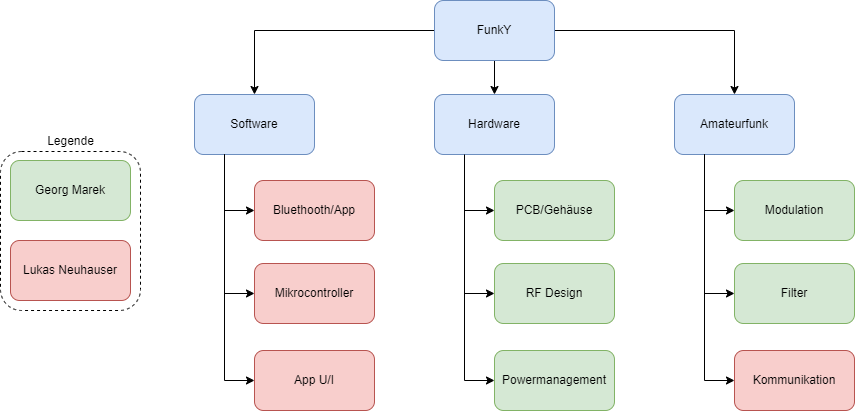
Before: doc/img/Projectstructure.png, a diagram exported from draw.io (Marek128b/HAM-Radio-transceiver-DA). Source tidied: cells renumbered, new cells last; positions are measured from the earlier drawing's top-left corner, leaving out a move shared by most shapes.
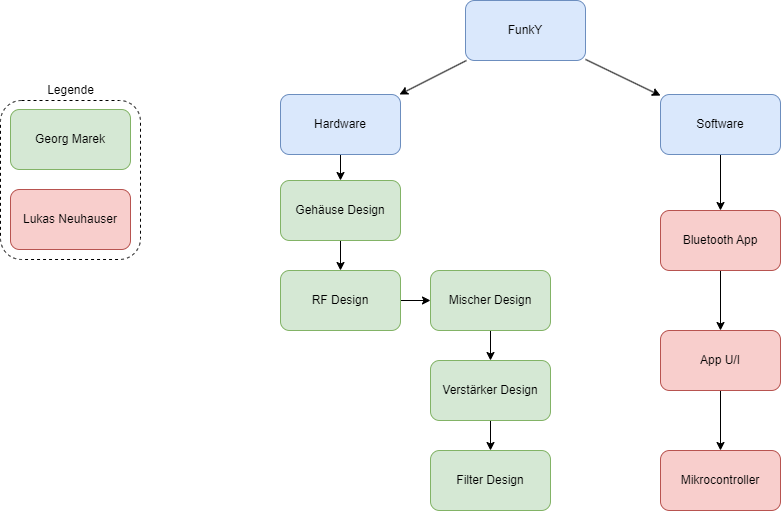
Above is the later version.

The edit, as a diff of the source:
```diff
@@ -14,126 +14,68 @@
     <mxCell id="5" value="Lukas Neuhauser" style="rounded=1;whiteSpace=wrap;html=1;fillColor=#f8cecc;strokeColor=#b85450;" parent="1" vertex="1">
       <mxGeometry x="10" y="240" width="120" height="60" as="geometry" />
     </mxCell>
-    <mxCell id="6" style="edgeStyle=none;html=1;" parent="1" edge="1" source="9" target="12">
-      <mxGeometry relative="1" as="geometry" />
-    </mxCell>
-    <mxCell id="7" style="edgeStyle=none;html=1;entryX=0.5;entryY=0;entryDx=0;entryDy=0;rounded=0;" parent="1" edge="1" source="9" target="14">
-      <mxGeometry relative="1" as="geometry">
-        <Array as="points">
-          <mxPoint x="254" y="30" />
-        </Array>
-      </mxGeometry>
-    </mxCell>
-    <mxCell id="8" style="edgeStyle=none;html=1;entryX=0.5;entryY=0;entryDx=0;entryDy=0;rounded=0;" parent="1" edge="1" source="9" target="13">
-      <mxGeometry relative="1" as="geometry">
-        <Array as="points">
-          <mxPoint x="734" y="30" />
-        </Array>
-      </mxGeometry>
-    </mxCell>
-    <mxCell id="9" value="FunkY" style="rounded=1;whiteSpace=wrap;html=1;fillColor=#dae8fc;strokeColor=#6c8ebf;" parent="1" vertex="1">
-      <mxGeometry x="434" width="120" height="60" as="geometry" />
-    </mxCell>
-    <mxCell id="10" style="edgeStyle=none;rounded=0;html=1;entryX=0;entryY=0.5;entryDx=0;entryDy=0;exitX=0.25;exitY=1;exitDx=0;exitDy=0;" parent="1" edge="1" source="12" target="15">
-      <mxGeometry relative="1" as="geometry">
-        <Array as="points">
-          <mxPoint x="464" y="210" />
-        </Array>
-      </mxGeometry>
-    </mxCell>
-    <mxCell id="11" style="edgeStyle=none;rounded=0;html=1;exitX=0.25;exitY=1;exitDx=0;exitDy=0;entryX=0;entryY=0.5;entryDx=0;entryDy=0;" parent="1" edge="1" source="12" target="16">
-      <mxGeometry relative="1" as="geometry">
-        <Array as="points">
-          <mxPoint x="464" y="293" />
-        </Array>
-      </mxGeometry>
-    </mxCell>
-    <mxCell id="12" value="Hardware" style="rounded=1;whiteSpace=wrap;html=1;fillColor=#dae8fc;strokeColor=#6c8ebf;" parent="1" vertex="1">
-      <mxGeometry x="434" y="94" width="120" height="60" as="geometry" />
-    </mxCell>
-    <mxCell id="13" value="Amateurfunk" style="rounded=1;whiteSpace=wrap;html=1;fillColor=#dae8fc;strokeColor=#6c8ebf;" parent="1" vertex="1">
-      <mxGeometry x="674" y="94" width="120" height="60" as="geometry" />
-    </mxCell>
-    <mxCell id="14" value="Software" style="rounded=1;whiteSpace=wrap;html=1;fillColor=#dae8fc;strokeColor=#6c8ebf;" parent="1" vertex="1">
-      <mxGeometry x="194" y="94" width="120" height="60" as="geometry" />
-    </mxCell>
-    <mxCell id="15" value="PCB/Gehäuse" style="whiteSpace=wrap;html=1;fillColor=#d5e8d4;strokeColor=#82b366;rounded=1;" parent="1" vertex="1">
-      <mxGeometry x="494" y="180" width="120" height="60" as="geometry" />
-    </mxCell>
-    <mxCell id="16" value="RF Design" style="whiteSpace=wrap;html=1;fillColor=#d5e8d4;strokeColor=#82b366;rounded=1;" parent="1" vertex="1">
-      <mxGeometry x="494" y="263" width="120" height="60" as="geometry" />
-    </mxCell>
-    <mxCell id="17" style="edgeStyle=none;rounded=0;html=1;entryX=0.25;entryY=1;entryDx=0;entryDy=0;startArrow=classic;startFill=1;endArrow=none;endFill=0;" parent="1" edge="1" source="18" target="12">
-      <mxGeometry relative="1" as="geometry">
-        <Array as="points">
-          <mxPoint x="464" y="380" />
-        </Array>
-      </mxGeometry>
-    </mxCell>
-    <mxCell id="18" value="Powermanagement" style="whiteSpace=wrap;html=1;fillColor=#d5e8d4;strokeColor=#82b366;rounded=1;" parent="1" vertex="1">
-      <mxGeometry x="494" y="350" width="120" height="60" as="geometry" />
-    </mxCell>
-    <mxCell id="19" style="edgeStyle=none;rounded=0;html=1;entryX=0;entryY=0.5;entryDx=0;entryDy=0;exitX=0.25;exitY=1;exitDx=0;exitDy=0;" parent="1" edge="1" target="21">
-      <mxGeometry relative="1" as="geometry">
-        <mxPoint x="704" y="154" as="sourcePoint" />
-        <Array as="points">
-          <mxPoint x="704" y="210" />
-        </Array>
-      </mxGeometry>
-    </mxCell>
-    <mxCell id="20" style="edgeStyle=none;rounded=0;html=1;exitX=0.25;exitY=1;exitDx=0;exitDy=0;entryX=0;entryY=0.5;entryDx=0;entryDy=0;" parent="1" edge="1" target="22">
-      <mxGeometry relative="1" as="geometry">
-        <mxPoint x="704" y="154" as="sourcePoint" />
-        <Array as="points">
-          <mxPoint x="704" y="293" />
-        </Array>
-      </mxGeometry>
-    </mxCell>
-    <mxCell id="21" value="Modulation" style="whiteSpace=wrap;html=1;fillColor=#d5e8d4;strokeColor=#82b366;rounded=1;" parent="1" vertex="1">
-      <mxGeometry x="734" y="180" width="120" height="60" as="geometry" />
-    </mxCell>
-    <mxCell id="22" value="Filter" style="whiteSpace=wrap;html=1;fillColor=#d5e8d4;strokeColor=#82b366;rounded=1;" parent="1" vertex="1">
-      <mxGeometry x="734" y="263" width="120" height="60" as="geometry" />
-    </mxCell>
-    <mxCell id="23" style="edgeStyle=none;rounded=0;html=1;entryX=0.25;entryY=1;entryDx=0;entryDy=0;startArrow=classic;startFill=1;endArrow=none;endFill=0;" parent="1" edge="1" source="24" target="13">
-      <mxGeometry relative="1" as="geometry">
-        <Array as="points">
-          <mxPoint x="704" y="380" />
-        </Array>
-      </mxGeometry>
-    </mxCell>
-    <mxCell id="24" value="Kommunikation" style="whiteSpace=wrap;html=1;fillColor=#f8cecc;strokeColor=#b85450;rounded=1;" parent="1" vertex="1">
-      <mxGeometry x="734" y="350" width="120" height="60" as="geometry" />
-    </mxCell>
-    <mxCell id="25" style="edgeStyle=none;rounded=0;html=1;entryX=0;entryY=0.5;entryDx=0;entryDy=0;exitX=0.25;exitY=1;exitDx=0;exitDy=0;" parent="1" edge="1" source="14" target="27">
-      <mxGeometry relative="1" as="geometry">
-        <Array as="points">
-          <mxPoint x="224" y="210" />
-        </Array>
-      </mxGeometry>
-    </mxCell>
-    <mxCell id="26" style="edgeStyle=none;rounded=0;html=1;entryX=0;entryY=0.5;entryDx=0;entryDy=0;exitX=0.25;exitY=1;exitDx=0;exitDy=0;" parent="1" edge="1" source="14" target="28">
-      <mxGeometry relative="1" as="geometry">
-        <Array as="points">
-          <mxPoint x="224" y="293" />
-        </Array>
-      </mxGeometry>
-    </mxCell>
-    <mxCell id="27" value="Bluethooth/App" style="whiteSpace=wrap;html=1;fillColor=#f8cecc;strokeColor=#b85450;rounded=1;" parent="1" vertex="1">
-      <mxGeometry x="254" y="180" width="120" height="60" as="geometry" />
-    </mxCell>
-    <mxCell id="28" value="Mikrocontroller" style="whiteSpace=wrap;html=1;fillColor=#f8cecc;strokeColor=#b85450;rounded=1;" parent="1" vertex="1">
-      <mxGeometry x="254" y="263" width="120" height="60" as="geometry" />
-    </mxCell>
+    <mxCell id="31" style="edgeStyle=none;html=1;" parent="1" edge="1" source="30" target="12">
+      <mxGeometry relative="1" as="geometry" />
+    </mxCell>
-    <mxCell id="29" style="edgeStyle=none;rounded=0;html=1;startArrow=classic;startFill=1;endArrow=none;endFill=0;entryX=0.25;entryY=1;entryDx=0;entryDy=0;" parent="1" edge="1" source="30" target="14">
-      <mxGeometry relative="1" as="geometry">
-        <Array as="points">
-          <mxPoint x="224" y="380" />
-        </Array>
-      </mxGeometry>
+    <mxCell id="29" style="edgeStyle=none;html=1;" parent="1" edge="1" source="30" target="14">
+      <mxGeometry relative="1" as="geometry" />
     </mxCell>
-    <mxCell id="30" value="App U/I" style="whiteSpace=wrap;html=1;fillColor=#f8cecc;strokeColor=#b85450;rounded=1;" parent="1" vertex="1">
-      <mxGeometry x="254" y="350" width="120" height="60" as="geometry" />
+    <mxCell id="30" value="FunkY" style="rounded=1;whiteSpace=wrap;html=1;fillColor=#dae8fc;strokeColor=#6c8ebf;" parent="1" vertex="1">
+      <mxGeometry x="465" y="51" width="120" height="60" as="geometry" />
     </mxCell>
+    <mxCell id="32" style="edgeStyle=none;html=1;" parent="1" edge="1" source="12" target="35">
+      <mxGeometry relative="1" as="geometry" />
+    </mxCell>
+    <mxCell id="12" value="Hardware" style="whiteSpace=wrap;html=1;rounded=1;fillColor=#dae8fc;strokeColor=#6c8ebf;" parent="1" vertex="1">
+      <mxGeometry x="280" y="145" width="120" height="60" as="geometry" />
+    </mxCell>
+    <mxCell id="33" style="edgeStyle=none;html=1;" parent="1" edge="1" source="14" target="43">
+      <mxGeometry relative="1" as="geometry" />
+    </mxCell>
+    <mxCell id="14" value="Software" style="rounded=1;whiteSpace=wrap;html=1;fillColor=#dae8fc;strokeColor=#6c8ebf;" parent="1" vertex="1">
+      <mxGeometry x="660" y="145" width="120" height="60" as="geometry" />
+    </mxCell>
+    <mxCell id="34" style="edgeStyle=none;html=1;" parent="1" edge="1" source="35" target="16">
+      <mxGeometry relative="1" as="geometry" />
+    </mxCell>
+    <mxCell id="35" value="Gehäuse Design" style="whiteSpace=wrap;html=1;fillColor=#d5e8d4;strokeColor=#82b366;rounded=1;" parent="1" vertex="1">
+      <mxGeometry x="280" y="231" width="120" height="60" as="geometry" />
+    </mxCell>
+    <mxCell id="36" style="edgeStyle=none;html=1;" parent="1" edge="1" source="16" target="38">
+      <mxGeometry relative="1" as="geometry" />
+    </mxCell>
+    <mxCell id="16" value="RF Design" style="whiteSpace=wrap;html=1;fillColor=#d5e8d4;strokeColor=#82b366;rounded=1;" parent="1" vertex="1">
+      <mxGeometry x="280" y="321" width="120" height="60" as="geometry" />
+    </mxCell>
+    <mxCell id="37" style="edgeStyle=none;html=1;" parent="1" edge="1" source="38" target="40">
+      <mxGeometry relative="1" as="geometry" />
+    </mxCell>
+    <mxCell id="38" value="Mischer Design" style="whiteSpace=wrap;html=1;fillColor=#d5e8d4;strokeColor=#82b366;rounded=1;" parent="1" vertex="1">
+      <mxGeometry x="430" y="321" width="120" height="60" as="geometry" />
+    </mxCell>
+    <mxCell id="39" style="edgeStyle=none;html=1;" parent="1" edge="1" source="40" target="41">
+      <mxGeometry relative="1" as="geometry" />
+    </mxCell>
+    <mxCell id="40" value="Verstärker Design" style="whiteSpace=wrap;html=1;fillColor=#d5e8d4;strokeColor=#82b366;rounded=1;" parent="1" vertex="1">
+      <mxGeometry x="430" y="411" width="120" height="60" as="geometry" />
+    </mxCell>
+    <mxCell id="41" value="Filter Design" style="whiteSpace=wrap;html=1;fillColor=#d5e8d4;strokeColor=#82b366;rounded=1;" parent="1" vertex="1">
+      <mxGeometry x="430" y="501" width="120" height="60" as="geometry" />
+    </mxCell>
+    <mxCell id="42" style="edgeStyle=none;html=1;" parent="1" edge="1" source="43" target="45">
+      <mxGeometry relative="1" as="geometry" />
+    </mxCell>
+    <mxCell id="43" value="Bluetooth App" style="whiteSpace=wrap;html=1;fillColor=#f8cecc;strokeColor=#b85450;rounded=1;" parent="1" vertex="1">
+      <mxGeometry x="660" y="261" width="120" height="60" as="geometry" />
+    </mxCell>
+    <mxCell id="44" style="edgeStyle=none;html=1;" parent="1" edge="1" source="45" target="28">
+      <mxGeometry relative="1" as="geometry" />
+    </mxCell>
+    <mxCell id="45" value="App U/I" style="whiteSpace=wrap;html=1;fillColor=#f8cecc;strokeColor=#b85450;rounded=1;" parent="1" vertex="1">
+      <mxGeometry x="660" y="381" width="120" height="60" as="geometry" />
+    </mxCell>
+    <mxCell id="28" value="Mikrocontroller" style="whiteSpace=wrap;html=1;fillColor=#f8cecc;strokeColor=#b85450;rounded=1;" parent="1" vertex="1">
+      <mxGeometry x="660" y="501" width="120" height="60" as="geometry" />
+    </mxCell>
   </root>
 </mxGraphModel>
```
